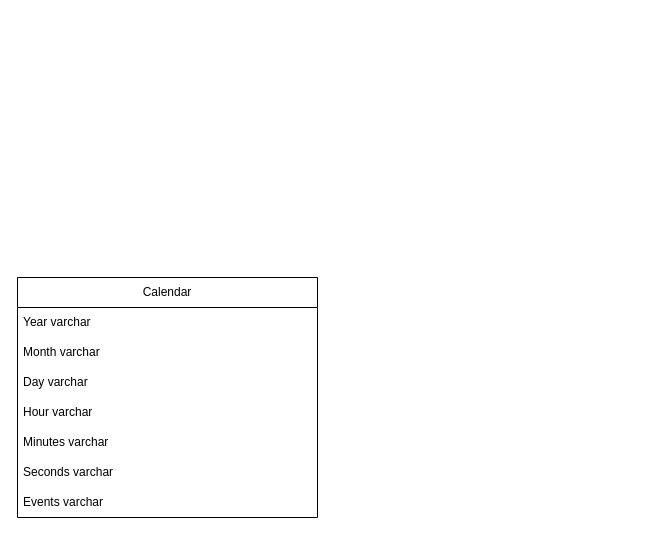
The draw.io diagram Calendar.drawio in VictorOcampo21/Calendar, before the edit. Source tidied: cells renumbered, new cells numbered last; positions are measured from the earlier drawing's top-left corner, leaving out a move shared by most shapes. Both pictures are drawn from the tidied source at 100%, with x=0, y=0 at pixel (17, 277).
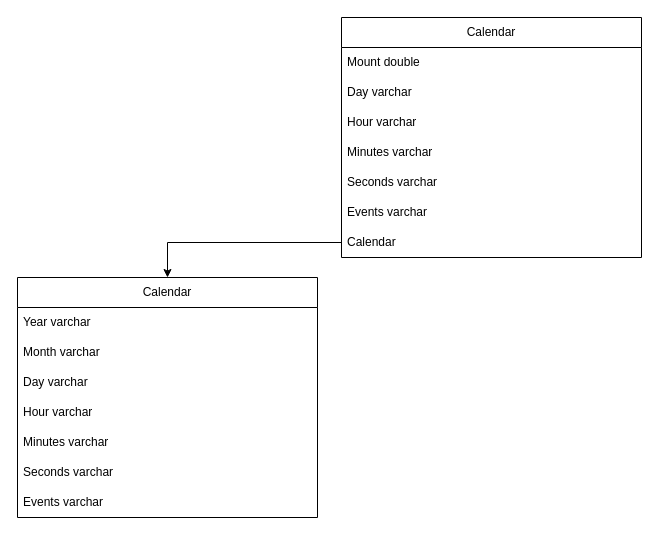
The same page after the edit.

Diff of the diagram source:
```diff
@@
 <mxGraphModel>
   <root>
     <mxCell id="0" />
     <mxCell id="1" parent="0" />
     <mxCell id="2" value="Calendar" style="swimlane;fontStyle=0;horizontal=1;startSize=30;whiteSpace=wrap;html=1;" parent="1" vertex="1">
       <mxGeometry width="300" height="240" as="geometry" />
     </mxCell>
     <mxCell id="3" value="Year varchar" style="text;strokeColor=none;fillColor=none;align=left;verticalAlign=middle;spacingLeft=4;spacingRight=4;overflow=hidden;whiteSpace=wrap;html=1;" parent="2" vertex="1">
       <mxGeometry y="30" width="300" height="30" as="geometry" />
     </mxCell>
     <mxCell id="4" value="Month varchar" style="text;strokeColor=none;fillColor=none;align=left;verticalAlign=middle;spacingLeft=4;spacingRight=4;overflow=hidden;whiteSpace=wrap;html=1;" parent="2" vertex="1">
       <mxGeometry y="60" width="300" height="30" as="geometry" />
     </mxCell>
     <mxCell id="5" value="Day varchar" style="text;strokeColor=none;fillColor=none;align=left;verticalAlign=middle;spacingLeft=4;spacingRight=4;overflow=hidden;whiteSpace=wrap;html=1;" parent="2" vertex="1">
       <mxGeometry y="90" width="300" height="30" as="geometry" />
     </mxCell>
     <mxCell id="6" value="Hour varchar" style="text;strokeColor=none;fillColor=none;align=left;verticalAlign=middle;spacingLeft=4;spacingRight=4;overflow=hidden;whiteSpace=wrap;html=1;" parent="2" vertex="1">
       <mxGeometry y="120" width="300" height="30" as="geometry" />
     </mxCell>
     <mxCell id="7" value="Minutes varchar" style="text;strokeColor=none;fillColor=none;align=left;verticalAlign=middle;spacingLeft=4;spacingRight=4;overflow=hidden;whiteSpace=wrap;html=1;" parent="2" vertex="1">
       <mxGeometry y="150" width="300" height="30" as="geometry" />
     </mxCell>
     <mxCell id="8" value="Seconds varchar" style="text;strokeColor=none;fillColor=none;align=left;verticalAlign=middle;spacingLeft=4;spacingRight=4;overflow=hidden;whiteSpace=wrap;html=1;" parent="2" vertex="1">
       <mxGeometry y="180" width="300" height="30" as="geometry" />
     </mxCell>
     <mxCell id="9" value="Events varchar" style="text;strokeColor=none;fillColor=none;align=left;verticalAlign=middle;spacingLeft=4;spacingRight=4;overflow=hidden;whiteSpace=wrap;html=1;" parent="2" vertex="1">
       <mxGeometry y="210" width="300" height="30" as="geometry" />
     </mxCell>
+    <mxCell id="10" value="Calendar" style="swimlane;fontStyle=0;horizontal=1;startSize=30;whiteSpace=wrap;html=1;" parent="1" vertex="1">
+      <mxGeometry x="324" y="-260" width="300" height="240" as="geometry" />
+    </mxCell>
+    <mxCell id="11" value="Mount double" style="text;strokeColor=none;fillColor=none;align=left;verticalAlign=middle;spacingLeft=4;spacingRight=4;overflow=hidden;whiteSpace=wrap;html=1;" parent="10" vertex="1">
+      <mxGeometry y="30" width="300" height="30" as="geometry" />
+    </mxCell>
+    <mxCell id="12" value="Day varchar" style="text;strokeColor=none;fillColor=none;align=left;verticalAlign=middle;spacingLeft=4;spacingRight=4;overflow=hidden;whiteSpace=wrap;html=1;" parent="10" vertex="1">
+      <mxGeometry y="60" width="300" height="30" as="geometry" />
+    </mxCell>
+    <mxCell id="13" value="Hour varchar" style="text;strokeColor=none;fillColor=none;align=left;verticalAlign=middle;spacingLeft=4;spacingRight=4;overflow=hidden;whiteSpace=wrap;html=1;" parent="10" vertex="1">
+      <mxGeometry y="90" width="300" height="30" as="geometry" />
+    </mxCell>
+    <mxCell id="14" value="Minutes varchar" style="text;strokeColor=none;fillColor=none;align=left;verticalAlign=middle;spacingLeft=4;spacingRight=4;overflow=hidden;whiteSpace=wrap;html=1;" parent="10" vertex="1">
+      <mxGeometry y="120" width="300" height="30" as="geometry" />
+    </mxCell>
+    <mxCell id="15" value="Seconds varchar" style="text;strokeColor=none;fillColor=none;align=left;verticalAlign=middle;spacingLeft=4;spacingRight=4;overflow=hidden;whiteSpace=wrap;html=1;" parent="10" vertex="1">
+      <mxGeometry y="150" width="300" height="30" as="geometry" />
+    </mxCell>
+    <mxCell id="16" value="Events varchar" style="text;strokeColor=none;fillColor=none;align=left;verticalAlign=middle;spacingLeft=4;spacingRight=4;overflow=hidden;whiteSpace=wrap;html=1;" parent="10" vertex="1">
+      <mxGeometry y="180" width="300" height="30" as="geometry" />
+    </mxCell>
+    <mxCell id="17" value="Calendar" style="text;strokeColor=none;fillColor=none;align=left;verticalAlign=middle;spacingLeft=4;spacingRight=4;overflow=hidden;points=[[0,0.5],[1,0.5]];portConstraint=eastwest;whiteSpace=wrap;html=1;" parent="10" vertex="1">
+      <mxGeometry y="210" width="300" height="30" as="geometry" />
+    </mxCell>
+    <mxCell id="18" style="edgeStyle=orthogonalEdgeStyle;rounded=0;jettySize=auto;html=1;entryX=0.5;entryY=0;entryDx=0;entryDy=0;" parent="1" edge="1" source="17" target="2">
+      <mxGeometry relative="1" as="geometry" />
+    </mxCell>
   </root>
 </mxGraphModel>
```
